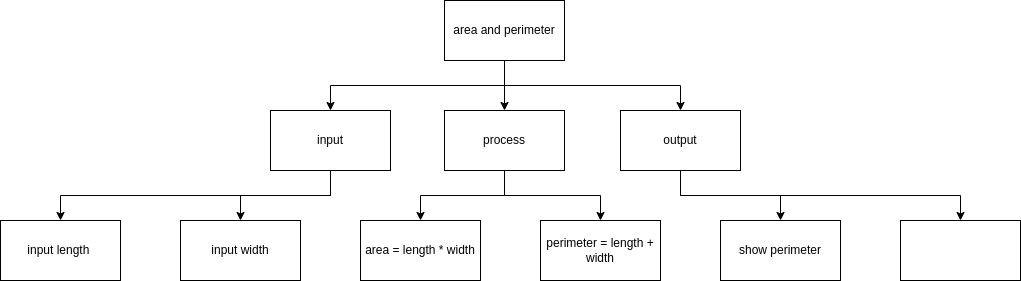
Above: plan.png in devin-jhu/ICS3U-Unit2-02-Python (draw.io), before the change. Source tidied: cells renumbered, new cells last; positions are measured from the earlier drawing's top-left corner, leaving out a move shared by most shapes.
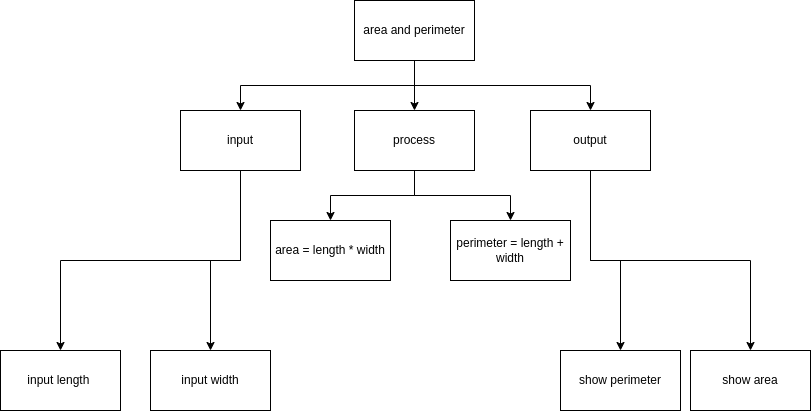
The same file after the commit.

Diff of the diagram source:
```diff
@@ -42,7 +42,7 @@
       <mxGeometry x="620" y="110" width="120" height="60" as="geometry" />
     </mxCell>
     <mxCell id="15" value="input width" style="rounded=0;whiteSpace=wrap;html=1;" parent="1" vertex="1">
-      <mxGeometry x="180" y="220" width="120" height="60" as="geometry" />
+      <mxGeometry x="240" y="350" width="120" height="60" as="geometry" />
     </mxCell>
     <mxCell id="16" value="area = length * width" style="rounded=0;whiteSpace=wrap;html=1;" parent="1" vertex="1">
       <mxGeometry x="360" y="220" width="120" height="60" as="geometry" />
@@ -51,13 +51,13 @@
       <mxGeometry x="540" y="220" width="120" height="60" as="geometry" />
     </mxCell>
     <mxCell id="18" value="show perimeter" style="rounded=0;whiteSpace=wrap;html=1;" parent="1" vertex="1">
-      <mxGeometry x="720" y="220" width="120" height="60" as="geometry" />
+      <mxGeometry x="650" y="350" width="120" height="60" as="geometry" />
     </mxCell>
     <mxCell id="19" value="input length&amp;nbsp;" style="rounded=0;whiteSpace=wrap;html=1;" parent="1" vertex="1">
-      <mxGeometry y="220" width="120" height="60" as="geometry" />
+      <mxGeometry x="90" y="350" width="120" height="60" as="geometry" />
     </mxCell>
-    <mxCell id="20" style="rounded=0;whiteSpace=wrap;html=1;" parent="1" vertex="1">
-      <mxGeometry x="900" y="220" width="120" height="60" as="geometry" />
+    <mxCell id="20" value="show area" style="rounded=0;whiteSpace=wrap;html=1;" parent="1" vertex="1">
+      <mxGeometry x="780" y="350" width="120" height="60" as="geometry" />
     </mxCell>
   </root>
 </mxGraphModel>
```
